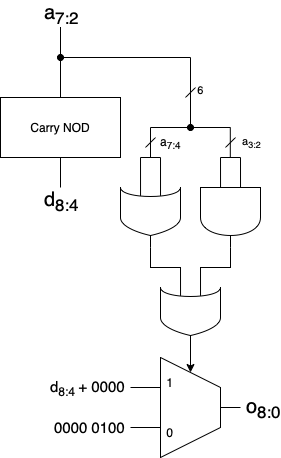
This is Logic Diagrams/APPROX_8BIT_NOD.png from savedbyawaif/ApproxNOD, a draw.io export, as it was before one commit. Source tidied: cells renumbered, new cells last; positions are measured from the earlier drawing's top-left corner, leaving out a move shared by most shapes.
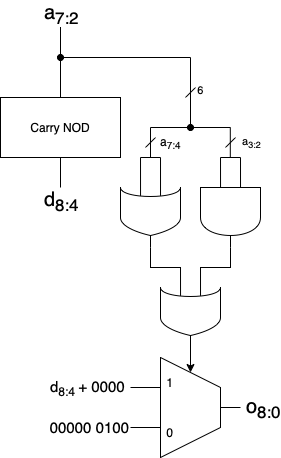
The same file after the commit.

The edit, as a diff of the source:
```diff
@@ -175,8 +175,8 @@
     <mxCell id="37" style="edgeStyle=orthogonalEdgeStyle;rounded=0;jettySize=auto;html=1;entryX=0.5;entryY=0.15;entryDx=0;entryDy=0;entryPerimeter=0;" parent="1" edge="1" source="5" target="31">
       <mxGeometry relative="1" as="geometry" />
     </mxCell>
-    <mxCell id="38" value="&lt;font style=&quot;font-size: 15px;&quot;&gt;0000 0100&lt;/font&gt;" style="text;html=1;align=center;verticalAlign=middle;strokeColor=none;fillColor=none;" parent="1" vertex="1">
-      <mxGeometry x="44" y="385" width="90" height="30" as="geometry" />
+    <mxCell id="38" value="&lt;font style=&quot;font-size: 15px;&quot;&gt;00000 0100&lt;/font&gt;" style="text;html=1;align=center;verticalAlign=middle;strokeColor=none;fillColor=none;" parent="1" vertex="1">
+      <mxGeometry x="39" y="385" width="100" height="30" as="geometry" />
     </mxCell>
   </root>
 </mxGraphModel>
```
